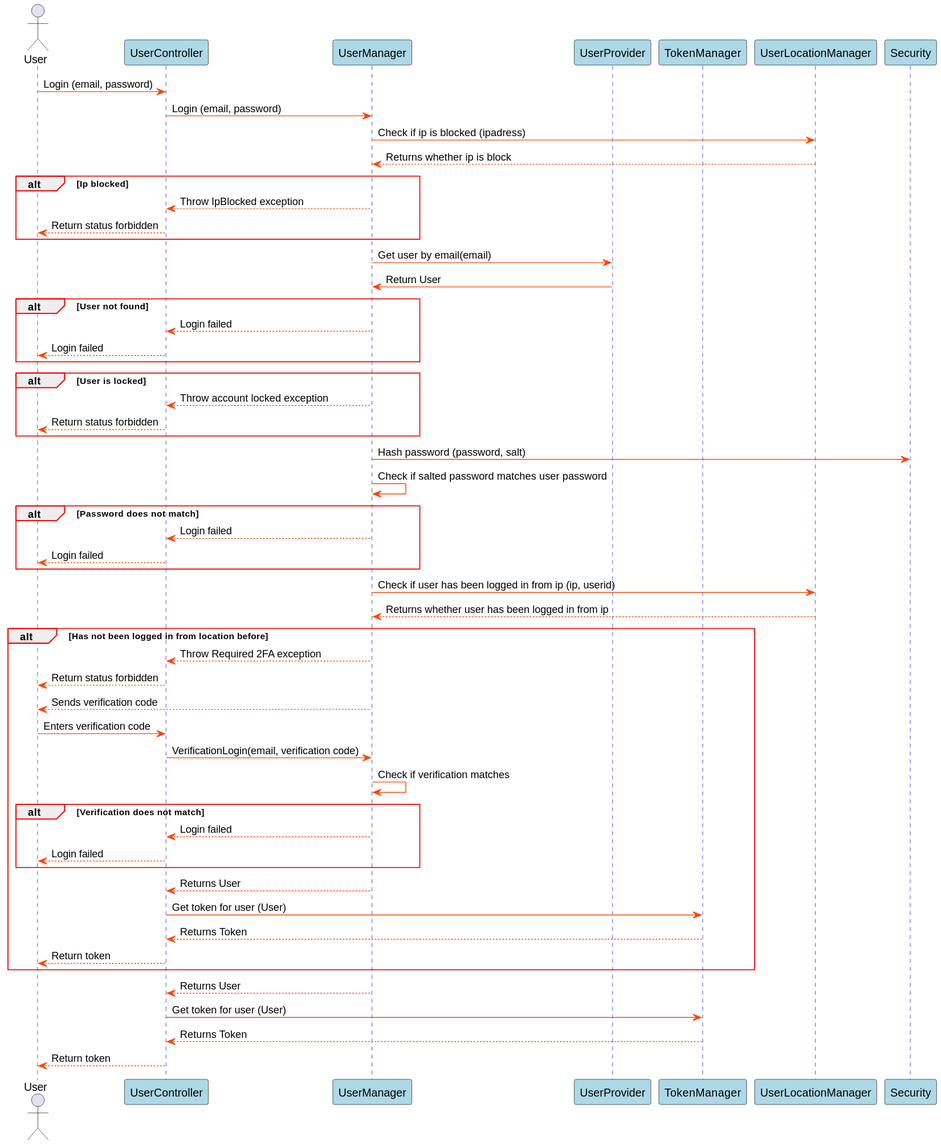
This is Docs/out/SDDiagrams/LoginSD/Login SD.svg from blackout1471/trust-us-school, a PlantUML export, as it was before one commit.
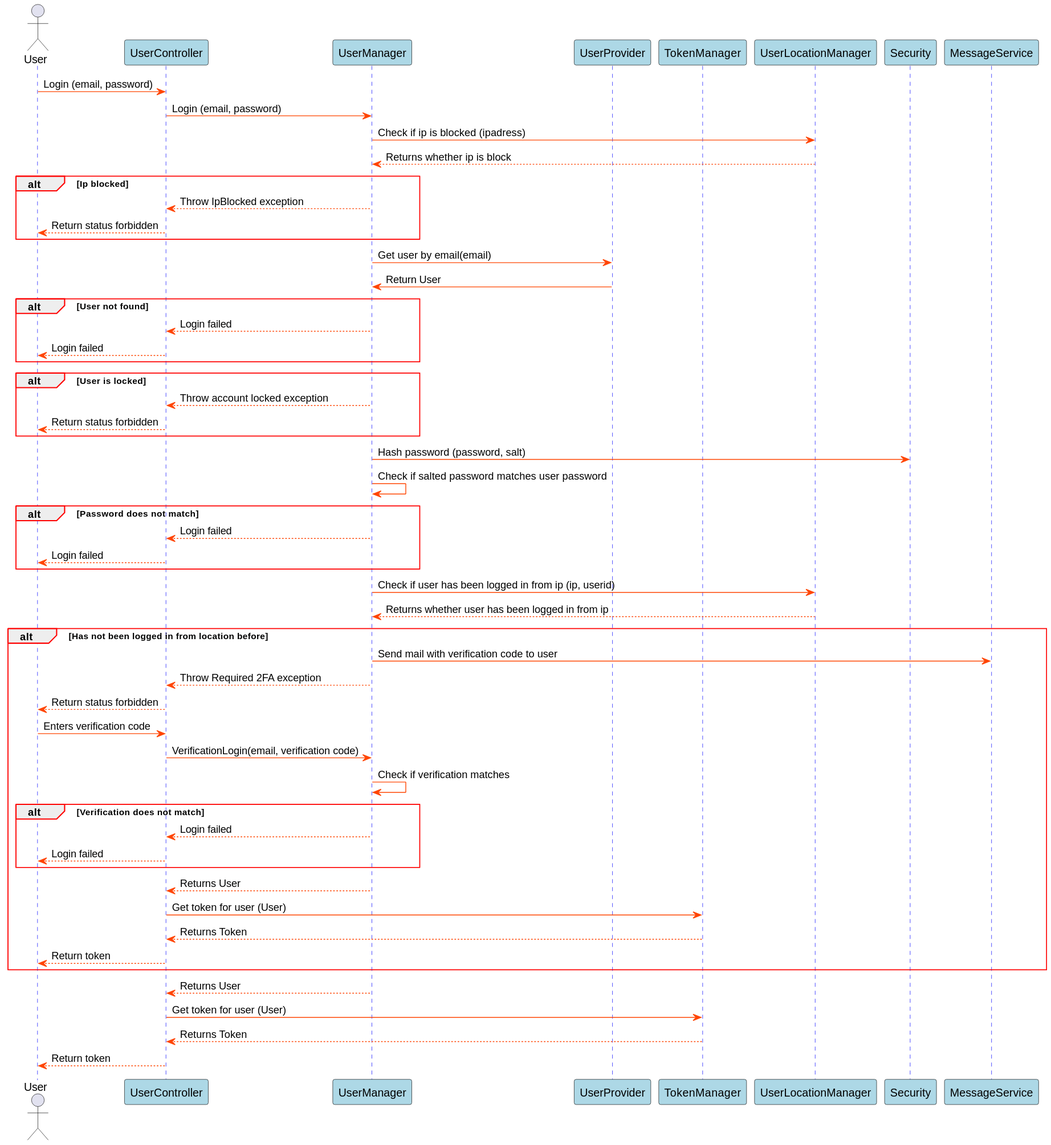
After the commit.

What changed in the source:
```diff
@@ -63,9 +63,9 @@
 
 alt Has not been logged in from location before
 
+UserManager->MessageService: Send mail with verification code to user
 UserManager-->UserController: Throw Required 2FA exception
 UserController-->User: Return status forbidden
-UserManager-->User: Sends verification code
 User->UserController: Enters verification code
 UserController->UserManager: VerificationLogin(email, verification code)
 UserManager->UserManager: Check if verification matches
```
